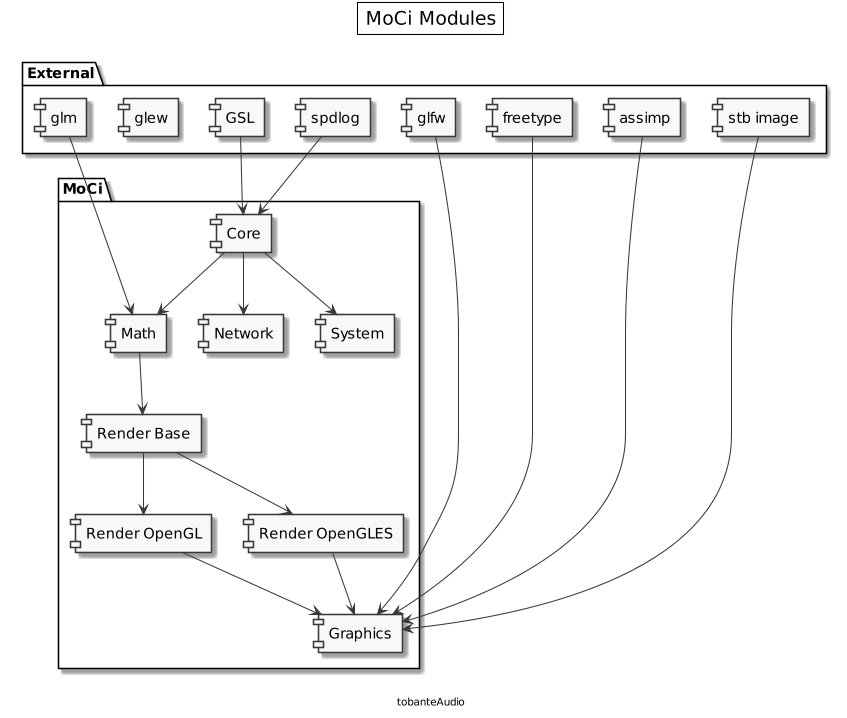
Above: docs/modules.png in tobanteAudio/moci (PlantUML), before the change.
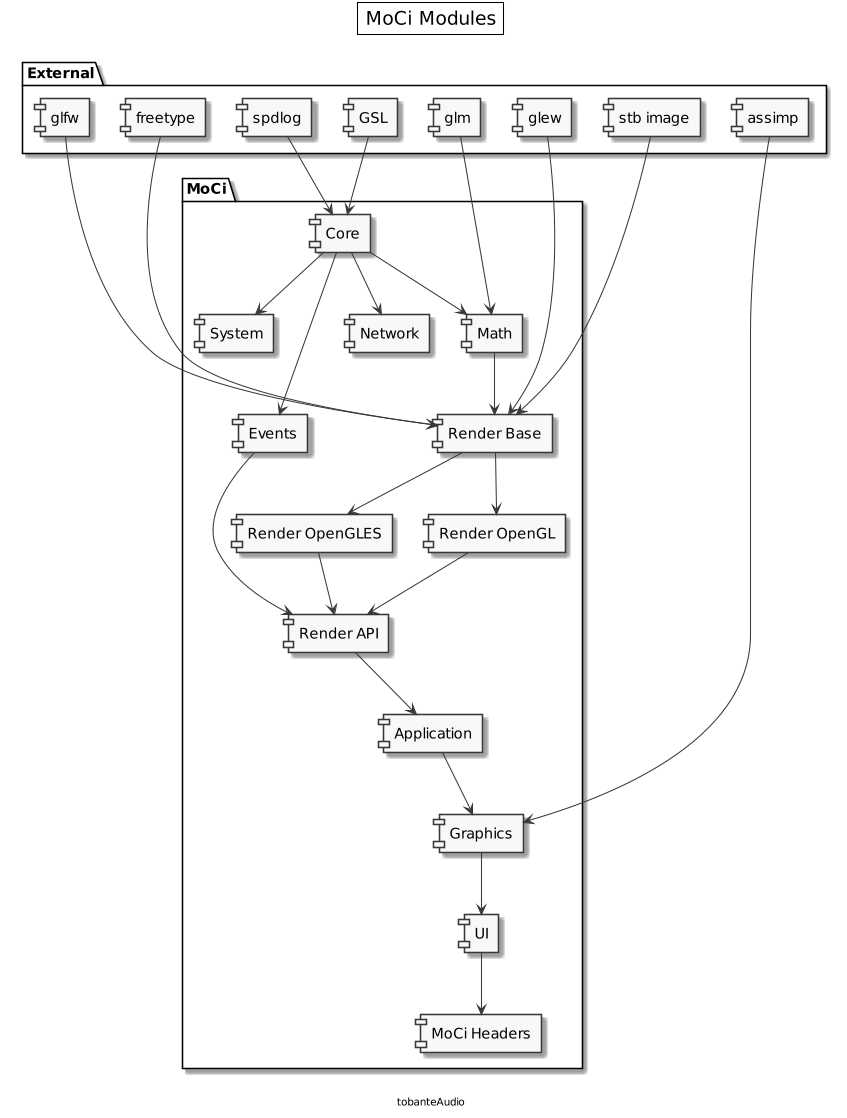
After the change.

Commit message:
Update module dependency diagram

What changed in the source:
```diff
@@ -15,14 +15,19 @@
 center footer tobanteAudio
 
 package "MoCi" {
+    [Application]
     [Core]
+    [Events]
     [Math]
     [Network]
     [System]
     [Graphics]
+    [UI]
     [Render Base]
     [Render OpenGL]
     [Render OpenGLES]
+    [Render API]
+    [MoCi Headers]
 }
 
 package "External" {
@@ -38,22 +43,37 @@
 
 [spdlog] --> [Core]
 [GSL] --> [Core]
-[Core] --> [Math]
+
 [Core] --> [Network]
+
+
 [Core] --> [System]
 
+[Core] --> [Events]
+
+[Core] --> [Math]
 [glm] --> [Math]
 [Math] --> [Render Base]
 
+[glfw] --> [Render Base]
+[glew] --> [Render Base]
+[stb image] --> [Render Base]
+[freetype] --> [Render Base]
 [Render Base] --> [Render OpenGL]
 [Render Base] --> [Render OpenGLES]
 
 
-[Render OpenGL] --> [Graphics]
-[Render OpenGLES] --> [Graphics]
+[Events] --> [Render API]
+[Render OpenGL] --> [Render API]
+[Render OpenGLES] --> [Render API]
+
+[Render API] --> [Application]
+
+[Application] --> [Graphics]
 [assimp] --> [Graphics]
-[glfw] --> [Graphics]
-[stb image] --> [Graphics]
-[freetype] --> [Graphics]
+
+[Graphics] --> [UI]
+
+[UI] --> [MoCi Headers]
 
 @enduml
```
